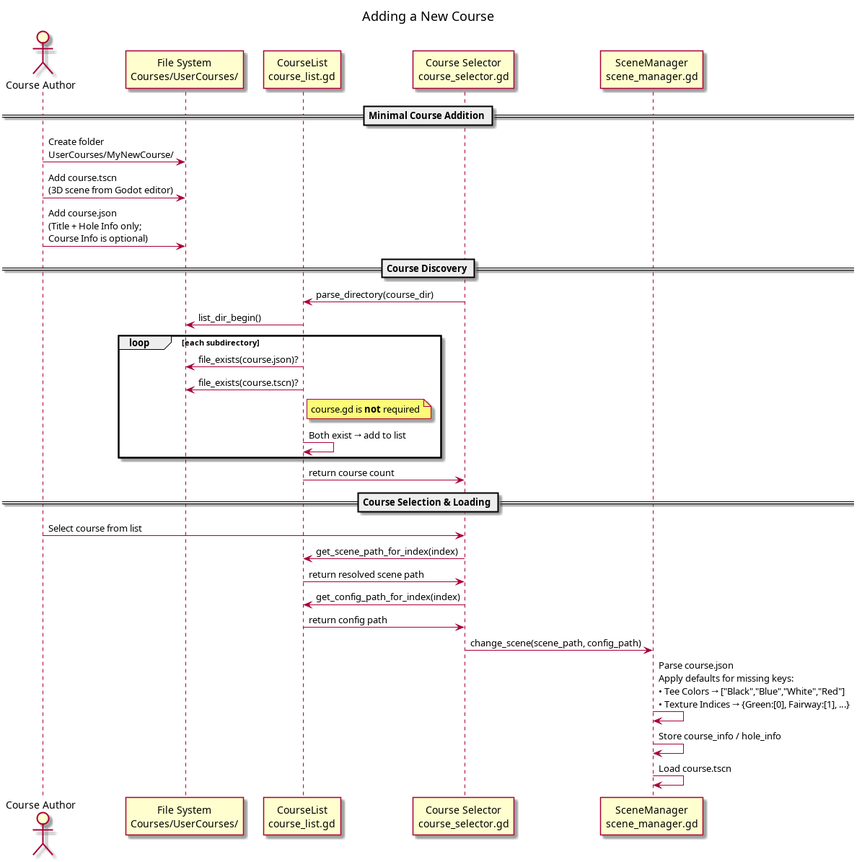
jhauck2/OpenShotGolf keeps this PlantUML diagram as assets/images/course_addition.png. Above is the earlier version. Its source is kept beside it as assets/diagrams/course_addition.puml.
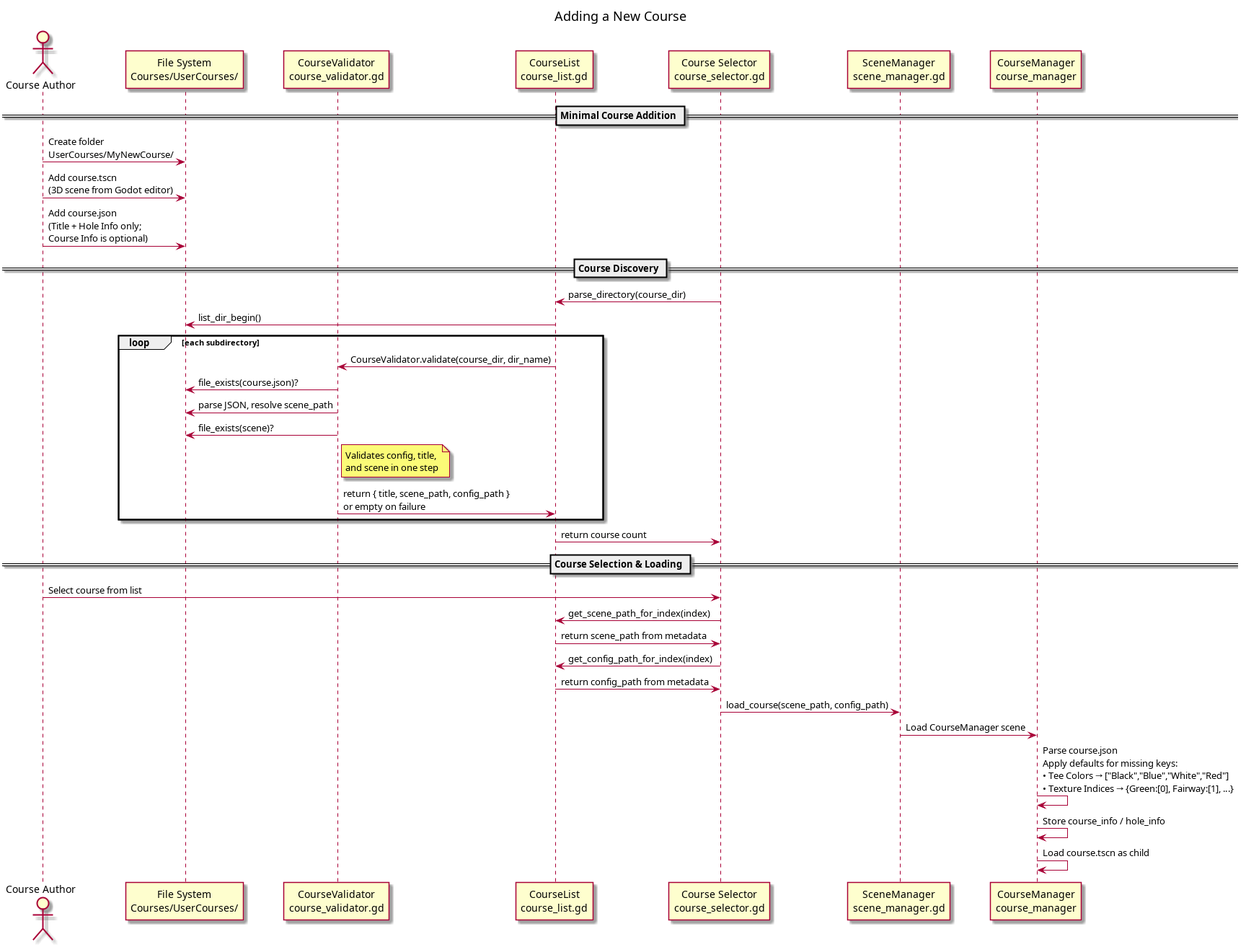
Later version of the same file.

Commit message:
feat: creating course_validator to simplify code, single purpose pattern, reduce redundancy.

What changed in the source:
```diff
@@ -3,9 +3,11 @@
 
 actor "Course Author" as Author
 participant "File System\nCourses/UserCourses/" as FS
+participant "CourseValidator\ncourse_validator.gd" as CV
 participant "CourseList\ncourse_list.gd" as CL
 participant "Course Selector\ncourse_selector.gd" as CS
 participant "SceneManager\nscene_manager.gd" as SM
+participant "CourseManager\ncourse_manager" as CM
 
 == Minimal Course Addition ==
 
@@ -19,10 +21,12 @@
 CL -> FS : list_dir_begin()
 
 loop each subdirectory
-    CL -> FS : file_exists(course.json)?
-    CL -> FS : file_exists(course.tscn)?
-    note right of CL : course.gd is **not** required
-    CL -> CL : Both exist → add to list
+    CL -> CV : CourseValidator.validate(course_dir, dir_name)
+    CV -> FS : file_exists(course.json)?
+    CV -> FS : parse JSON, resolve scene_path
+    CV -> FS : file_exists(scene)?
+    note right of CV : Validates config, title,\nand scene in one step
+    CV -> CL : return { title, scene_path, config_path }\nor empty on failure
 end
 
 CL -> CS : return course count
@@ -31,12 +35,13 @@
 
 Author -> CS : Select course from list
 CS -> CL : get_scene_path_for_index(index)
-CL -> CS : return resolved scene path
+CL -> CS : return scene_path from metadata
 CS -> CL : get_config_path_for_index(index)
-CL -> CS : return config path
-CS -> SM : change_scene(scene_path, config_path)
-SM -> SM : Parse course.json\nApply defaults for missing keys:\n• Tee Colors → ["Black","Blue","White","Red"]\n• Texture Indices → {Green:[0], Fairway:[1], …}
-SM -> SM : Store course_info / hole_info
-SM -> SM : Load course.tscn
+CL -> CS : return config_path from metadata
+CS -> SM : load_course(scene_path, config_path)
+SM -> CM : Load CourseManager scene
+CM -> CM : Parse course.json\nApply defaults for missing keys:\n• Tee Colors → ["Black","Blue","White","Red"]\n• Texture Indices → {Green:[0], Fairway:[1], …}
+CM -> CM : Store course_info / hole_info
+CM -> CM : Load course.tscn as child
 
 @enduml
```
